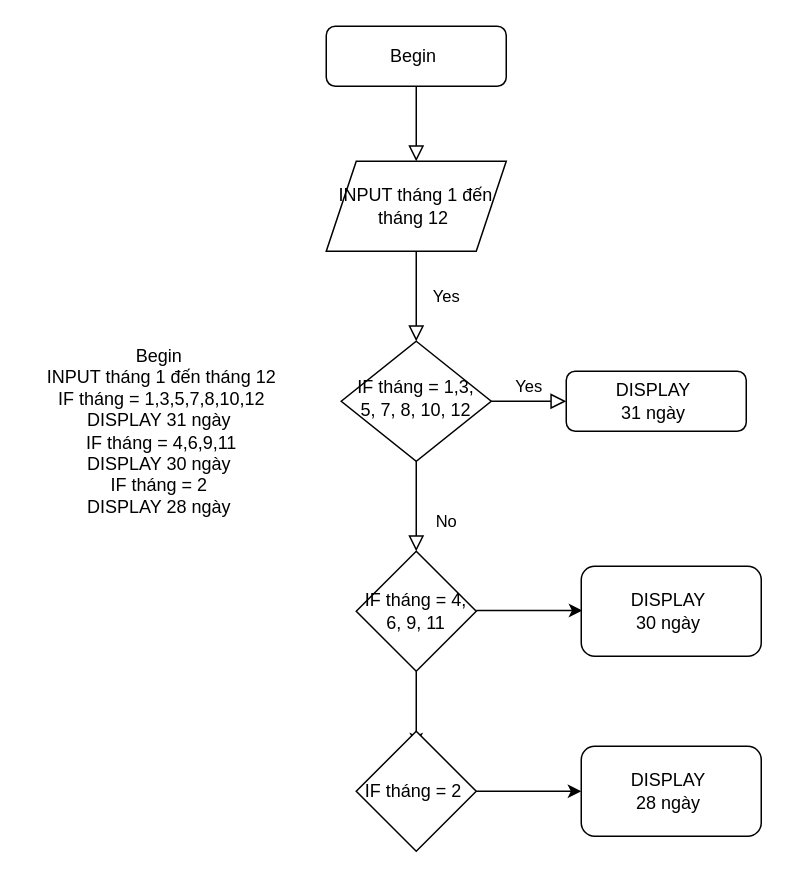
This is ss3_pseudocode/ss3_bài 2.drawio from nnguyen710/C03, a draw.io file, before an edit. Source tidied: cells renumbered, new cells numbered last; positions are measured from the earlier drawing's top-left corner, leaving out a move shared by most shapes. Both pictures are drawn from the tidied source at 150%, with x=0, y=0 at pixel (26, 26).
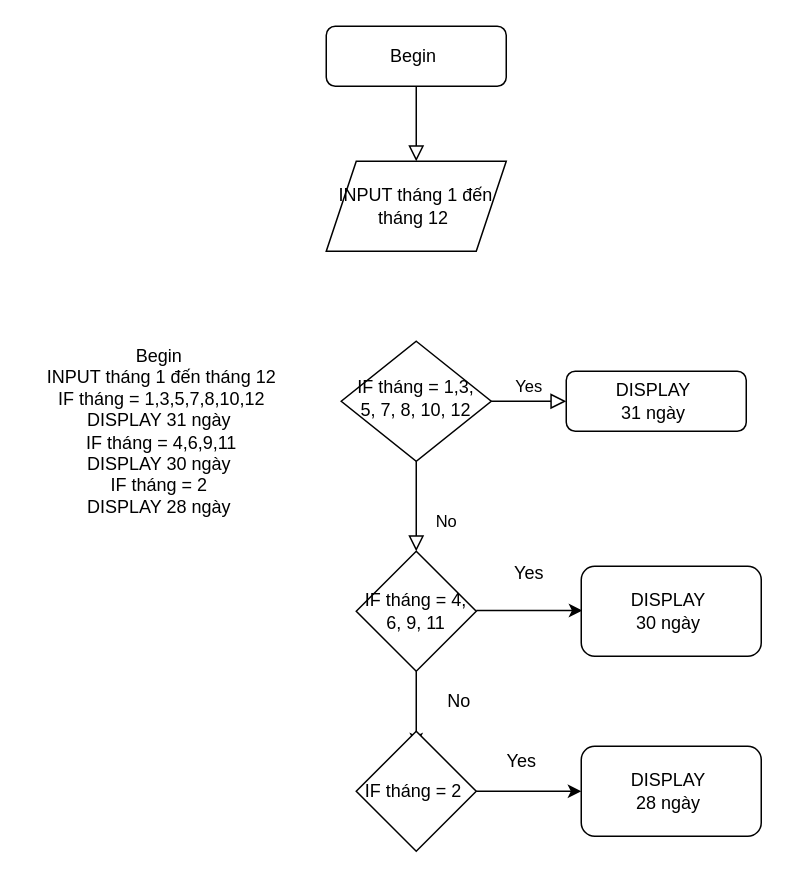
The same diagram, later.

Unchanged cells that the change refers to:
```xml
<mxCell id="7" value="IF tháng = 1,3, 5, 7, 8, 10, 12" style="rhombus;whiteSpace=wrap;html=1;shadow=0;fontFamily=Helvetica;fontSize=12;align=center;strokeWidth=1;spacing=6;spacingTop=-4;" parent="1" vertex="1">
  <mxGeometry x="210" y="210" width="100" height="80" as="geometry" />
</mxCell>
<mxCell id="9" value="INPUT tháng 1 đến tháng 12&amp;nbsp;" style="shape=parallelogram;perimeter=parallelogramPerimeter;whiteSpace=wrap;html=1;fixedSize=1;" parent="1" vertex="1">
  <mxGeometry x="200" y="90" width="120" height="60" as="geometry" />
</mxCell>
```

Change to the diagram source:
```diff
@@
-    <mxCell id="4" value="Yes" style="rounded=0;html=1;jettySize=auto;fontSize=11;endArrow=block;endFill=0;endSize=8;strokeWidth=1;shadow=0;labelBackgroundColor=none;edgeStyle=orthogonalEdgeStyle;exitX=0.5;exitY=1;exitDx=0;exitDy=0;" parent="1" edge="1" source="9" target="7">
-      <mxGeometry y="20" relative="1" as="geometry" />
-    </mxCell>
@@
+    <mxCell id="18" value="Yes" style="text;html=1;align=center;verticalAlign=middle;strokeColor=none;fillColor=none;" parent="1" vertex="1">
+      <mxGeometry x="315" y="350" width="40" height="30" as="geometry" />
+    </mxCell>
+    <mxCell id="19" value="No&amp;nbsp;" style="text;html=1;align=center;verticalAlign=middle;strokeColor=none;fillColor=none;" parent="1" vertex="1">
+      <mxGeometry x="270" y="435" width="40" height="30" as="geometry" />
+    </mxCell>
+    <mxCell id="20" value="Yes" style="text;html=1;align=center;verticalAlign=middle;strokeColor=none;fillColor=none;" parent="1" vertex="1">
+      <mxGeometry x="310" y="475" width="40" height="30" as="geometry" />
+    </mxCell>
```
